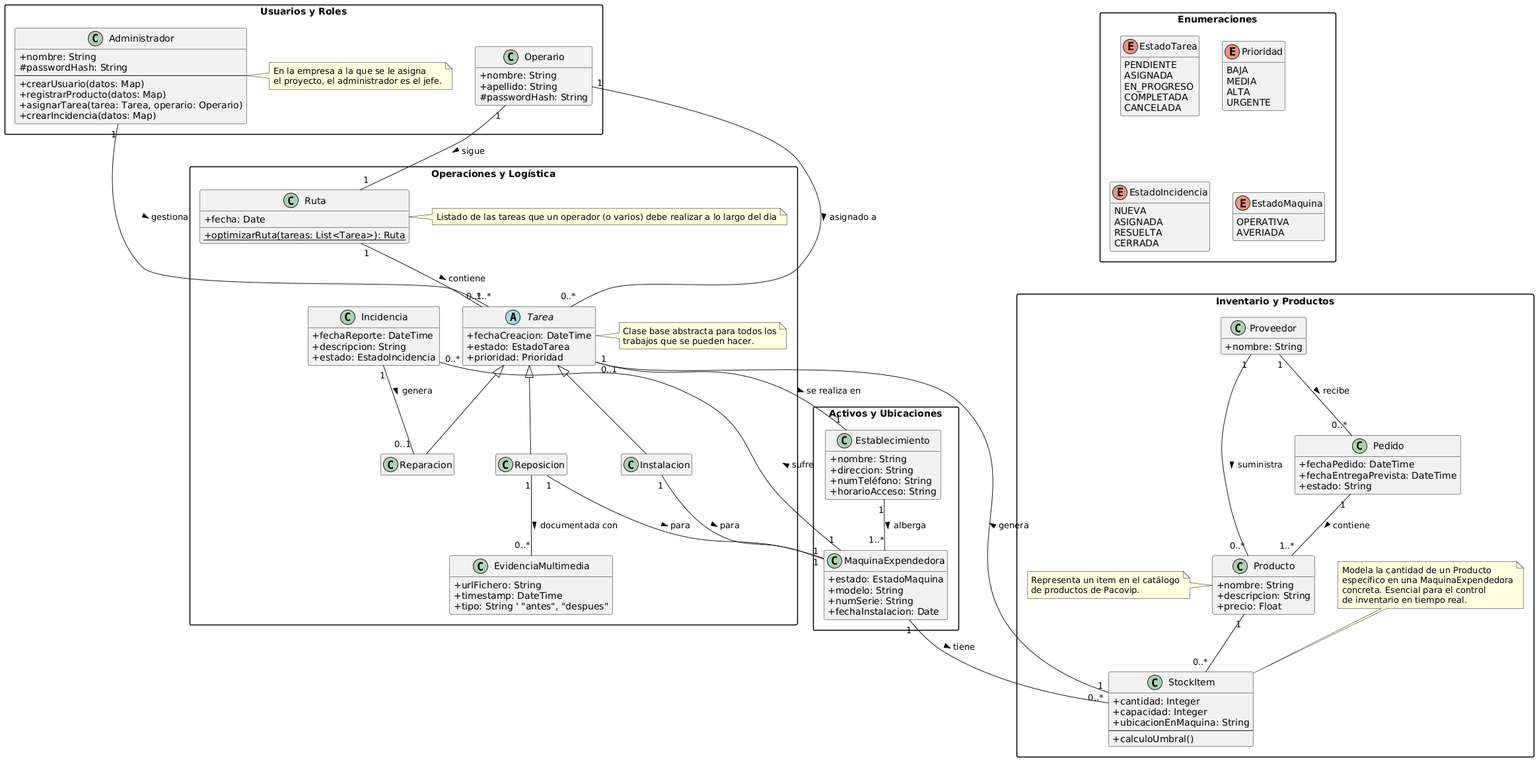
The PlantUML diagram Pacovip/assets/DiagramaClase.png in NBP6099/Pacovip, before a commit.
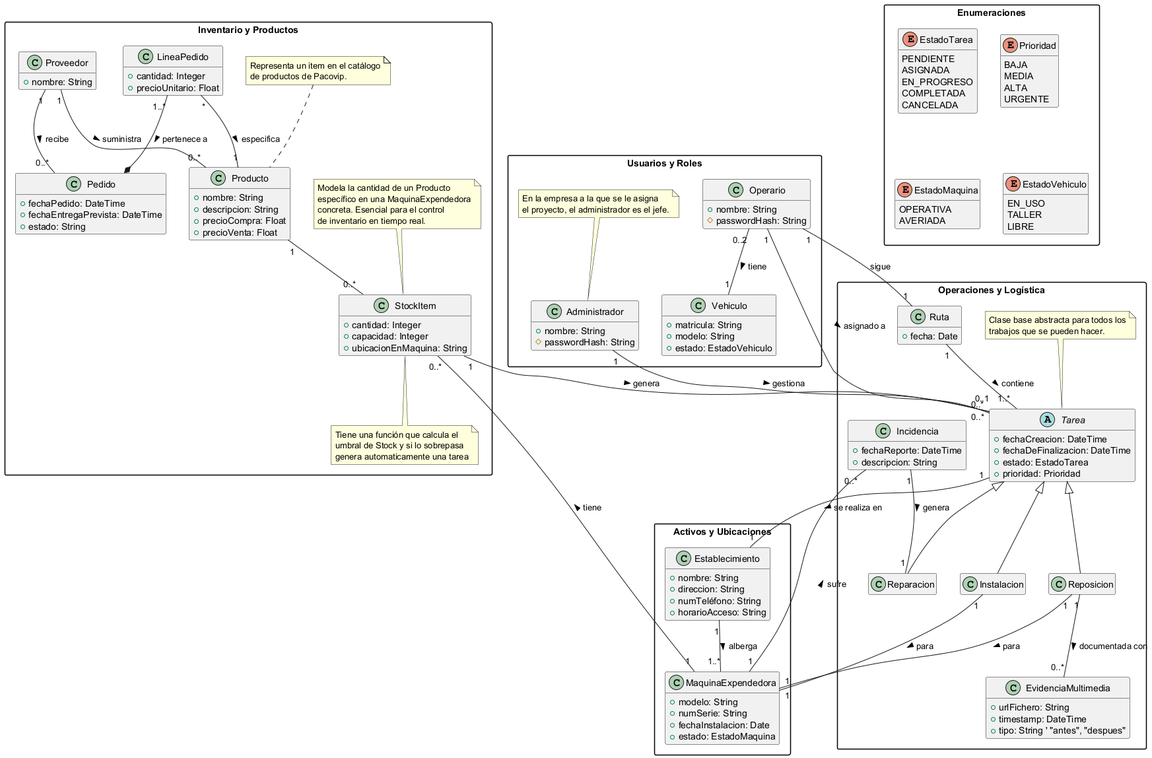
After the commit.

What changed in the source:
```diff
@@ -1,5 +1,5 @@
 @startuml
-skinparam classAttributeIconSize 0
+top to bottom direction
 skinparam packageStyle rectangle
 hide empty members
 
@@ -19,44 +19,44 @@
         URGENTE
     }
 
-    enum EstadoIncidencia {
-        NUEVA
-        ASIGNADA
-        RESUELTA
-        CERRADA
-    }
     enum EstadoMaquina {
         OPERATIVA
         AVERIADA
     }
+
+    enum EstadoVehiculo {
+        EN_USO
+        TALLER
+        LIBRE
+    }
 }
 
 package "Usuarios y Roles" {
-    class Administrador {
+
+    class Administrador{
         + nombre: String
-        # passwordHash: String
-        --
-        + crearUsuario(datos: Map)
-        + registrarProducto(datos: Map)
-        + asignarTarea(tarea: Tarea, operario: Operario)
-        + crearIncidencia(datos: Map)
+        #passwordHash: String
     }
-    note right of Administrador
+    note top of Administrador
         En la empresa a la que se le asigna
         el proyecto, el administrador es el jefe.
     end note
 
-    class Operario {
+    class Operario{
         + nombre: String
-        + apellido: String
-        # passwordHash: String
+        #passwordHash: String
+    }
+
+    class Vehiculo{
+        + matricula: String
+        + modelo: String
+        + estado: EstadoVehiculo
     }
 }
 
 package "Activos y Ubicaciones" {
 
     class Establecimiento {
-
         + nombre: String
         + direccion: String
         + numTeléfono: String
@@ -64,22 +64,21 @@
     }
 
     class MaquinaExpendedora {
-        + estado: EstadoMaquina
         + modelo: String
         + numSerie: String
         + fechaInstalacion: Date
-
+        + estado: EstadoMaquina
     }
 }
 
 package "Inventario y Productos" {
     class Producto {
-
         + nombre: String
         + descripcion: String
-        + precio: Float
+        + precioCompra: Float
+        + precioVenta: Float
     }
-    note left of Producto
+    note top of Producto
         Representa un item en el catálogo
         de productos de Pacovip.
     end note
@@ -88,8 +87,6 @@
         + cantidad: Integer
         + capacidad: Integer
         + ubicacionEnMaquina: String
-        --
-        + calculoUmbral()
     }
     note top of StockItem
         Modela la cantidad de un Producto
@@ -98,27 +95,36 @@
         de inventario en tiempo real.
     end note
 
+    note bottom of StockItem
+        Tiene una función que calcula el
+        umbral de Stock y si lo sobrepasa
+        genera automaticamente una tarea
+    end note
+
     class Proveedor {
-
         + nombre: String
     }
 
     class Pedido {
-
         + fechaPedido: DateTime
         + fechaEntregaPrevista: DateTime
         + estado: String
+    }
+
+    class LineaPedido {
+        + cantidad: Integer
+        + precioUnitario: Float
     }
 }
 
 package "Operaciones y Logística" {
     abstract class Tarea {
-
         + fechaCreacion: DateTime
+        + fechaDeFinalizacion: DateTime
         + estado: EstadoTarea
         + prioridad: Prioridad
     }
-    note right of Tarea
+    note top of Tarea
         Clase base abstracta para todos los
         trabajos que se pueden hacer.
     end note
@@ -133,24 +139,15 @@
     }
 
     class Incidencia {
-
         + fechaReporte: DateTime
         + descripcion: String
-        + estado: EstadoIncidencia
     }
 
     class Ruta {
-
         + fecha: Date
-        + {static} optimizarRuta(tareas: List<Tarea>): Ruta
     }
 
- note right of Ruta
-        Listado de las tareas que un operador (o varios) debe realizar a lo largo del dia
-    end note
-
     class EvidenciaMultimedia {
-
         + urlFichero: String
         + timestamp: DateTime
         + tipo: String ' "antes", "despues"
@@ -159,7 +156,9 @@
 
 Administrador "1" -- "0..*" Tarea : gestiona >
 Operario "1" -- "0..*" Tarea : asignado a >
-Operario "1" -- "1" Ruta : sigue >
+Operario "1" -- "1" Ruta : sigue
+Operario "0..2" -- "1" Vehiculo : tiene >
+
 
 Establecimiento "1" -- "1..*" MaquinaExpendedora : alberga >
 
@@ -167,14 +166,17 @@
 Producto "1" -- "0..*" StockItem
 Proveedor "1" -- "0..*" Producto : suministra >
 Proveedor "1" -- "0..*" Pedido : recibe >
-Pedido "1" -- "1..*" Producto : contiene >
 StockItem "1" -- "0..1" Tarea: genera >
+
+LineaPedido "1..*" -* Pedido : pertenece a >
+LineaPedido "*" -- "1" Producto : especifica >
 
 Tarea "1" -- "1" Establecimiento : se realiza en >
 Ruta "1" -- "1..*" Tarea : contiene >
-Incidencia "1" -- "0..1" Reparacion : genera >
+Incidencia "1" -- "1" Reparacion : genera >
 MaquinaExpendedora "1" -- "0..*" Incidencia : sufre >
 Reposicion "1" -- "0..*" EvidenciaMultimedia : documentada con >
 Reposicion "1" -- "1" MaquinaExpendedora : para >
 Instalacion "1" -- "1" MaquinaExpendedora : para >
+
 @enduml
```
